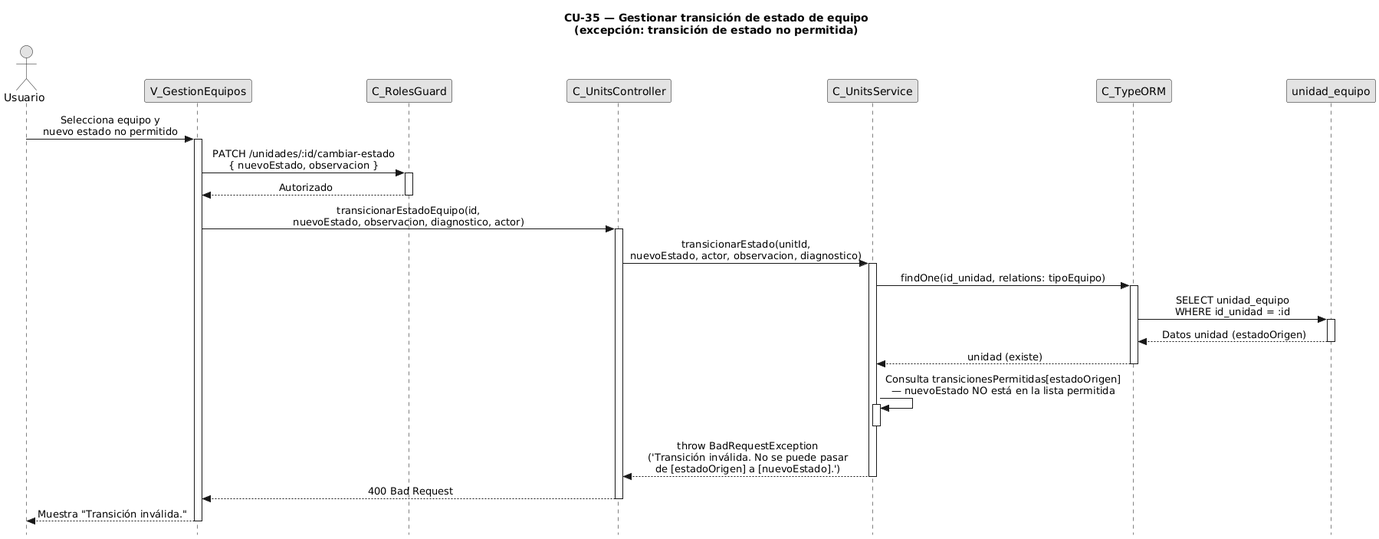
FSM-Finet-y-Cable-Magico/Team_1-Inventario-y-Bodega keeps this PlantUML diagram as diagramas-secuencia/CU35/CU35-exc-transicion-invalida.png. Above is the earlier version. Its diagram source:
```plantuml
@startuml CU35-exc-transicion-invalida
title CU-35 — Gestionar transición de estado de equipo\n(excepción: transición de estado no permitida)

skinparam style strictuml
skinparam monochrome true
skinparam shadowing false
skinparam sequenceMessageAlign center
skinparam ParticipantPadding 70
skinparam ActorPadding 30
skinparam sequence {
  MessageAlign center
  LifeLineBorderColor black
}
hide footbox

actor "Usuario" as user
participant "V_GestionEquipos" as view
participant "C_RolesGuard" as guard
participant "C_UnitsController" as ctrl
participant "C_UnitsService" as svc
participant "C_TypeORM" as orm
participant "unidad_equipo" as uent

user -> view : Selecciona equipo y\nnuevo estado no permitido
activate view

view -> guard : PATCH /unidades/:id/cambiar-estado\n{ nuevoEstado, observacion }
activate guard
guard --> view : Autorizado
deactivate guard

view -> ctrl : transicionarEstadoEquipo(id,\nnuevoEstado, observacion, diagnostico, actor)
activate ctrl

ctrl -> svc : transicionarEstado(unitId,\nnuevoEstado, actor, observacion, diagnostico)
activate svc

svc -> orm : findOne(id_unidad, relations: tipoEquipo)
activate orm
orm -> uent : SELECT unidad_equipo\nWHERE id_unidad = :id
activate uent
uent --> orm : Datos unidad (estadoOrigen)
deactivate uent
orm --> svc : unidad (existe)
deactivate orm

svc -> svc : Consulta transicionesPermitidas[estadoOrigen]\n— nuevoEstado NO está en la lista permitida
activate svc
deactivate svc

svc --> ctrl : throw BadRequestException\n('Transición inválida. No se puede pasar\nde [estadoOrigen] a [nuevoEstado].')
deactivate svc

ctrl --> view : 400 Bad Request
deactivate ctrl

view --> user : Muestra "Transición inválida."
deactivate view

@enduml
```
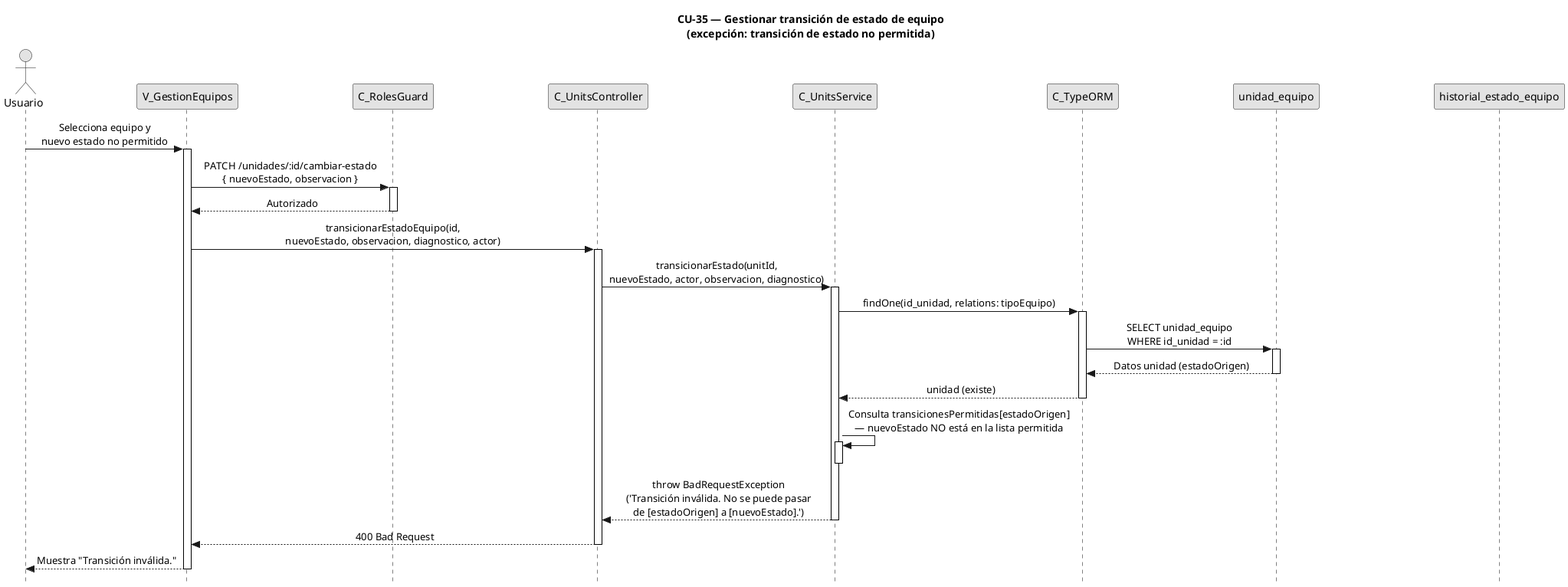
The same file after the commit.

What changed in the source:
```diff
@@ -20,6 +20,7 @@
 participant "C_UnitsService" as svc
 participant "C_TypeORM" as orm
 participant "unidad_equipo" as uent
+participant "historial_estado_equipo" as hent
 
 user -> view : Selecciona equipo y\nnuevo estado no permitido
 activate view
```
